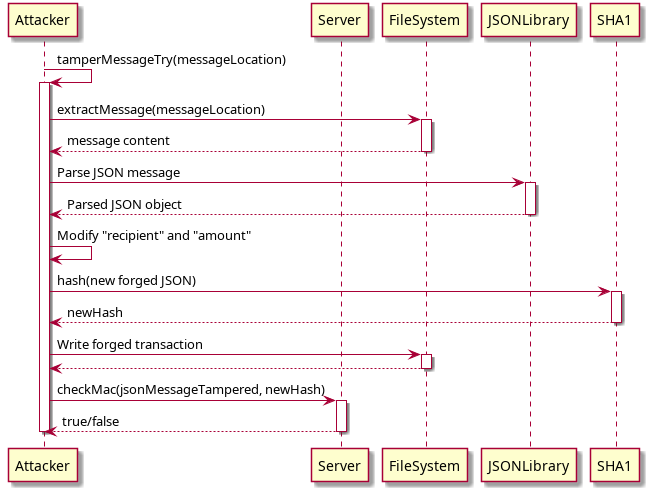
Above: Cryptopals_resolutions/4-Set_4/cryptopals_set_4_problem_28/uml_diagrams/sequence_diagram.png in Photon-einstein/Cryptopals (PlantUML), before the change. Its source is kept beside it as Cryptopals_resolutions/4-Set_4/cryptopals_set_4_problem_28/uml_diagrams/sequence_diagram.puml. Source of this version:
```plantuml
@startuml
participant Attacker
participant Server
participant FileSystem
participant JSONLibrary
participant SHA1

Attacker -> Attacker: tamperMessageTry(messageLocation)
activate Attacker

Attacker -> FileSystem: extractMessage(messageLocation)
activate FileSystem
FileSystem --> Attacker: message content
deactivate FileSystem

Attacker -> JSONLibrary: Parse JSON message
activate JSONLibrary
JSONLibrary --> Attacker: Parsed JSON object
deactivate JSONLibrary

Attacker -> Attacker: Modify "recipient" and "amount"

Attacker -> SHA1: hash(new forged JSON)
activate SHA1
SHA1 --> Attacker: newHash
deactivate SHA1

Attacker -> FileSystem: Write forged transaction
activate FileSystem
FileSystem --> Attacker:
deactivate FileSystem

Attacker -> Server: checkMac(jsonMessageTampered, newHash)
activate Server
Server --> Attacker: true/false
deactivate Server

deactivate Attacker
@enduml
```
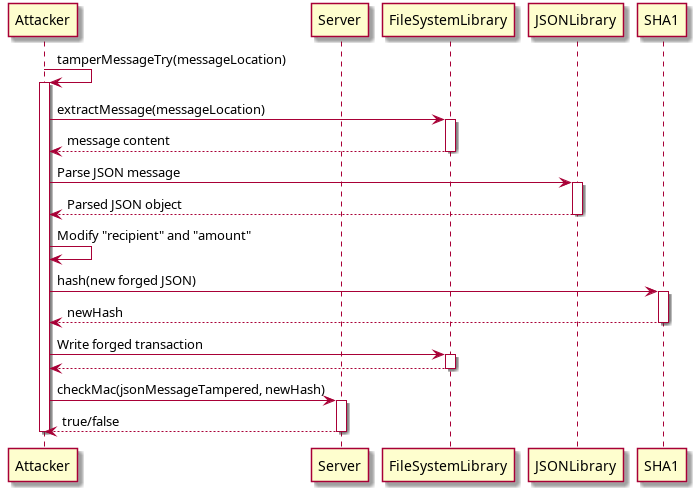
The same file after the commit.

Commit message:
Fix name of actor in sequence diagram

The edit, as a diff of the source:
```diff
@@ -1,17 +1,17 @@
 @startuml
 participant Attacker
 participant Server
-participant FileSystem
+participant FileSystemLibrary
 participant JSONLibrary
 participant SHA1
 
 Attacker -> Attacker: tamperMessageTry(messageLocation)
 activate Attacker
 
-Attacker -> FileSystem: extractMessage(messageLocation)
-activate FileSystem
-FileSystem --> Attacker: message content
-deactivate FileSystem
+Attacker -> FileSystemLibrary: extractMessage(messageLocation)
+activate FileSystemLibrary
+FileSystemLibrary --> Attacker: message content
+deactivate FileSystemLibrary
 
 Attacker -> JSONLibrary: Parse JSON message
 activate JSONLibrary
@@ -25,10 +25,10 @@
 SHA1 --> Attacker: newHash
 deactivate SHA1
 
-Attacker -> FileSystem: Write forged transaction
-activate FileSystem
-FileSystem --> Attacker:
-deactivate FileSystem
+Attacker -> FileSystemLibrary: Write forged transaction
+activate FileSystemLibrary
+FileSystemLibrary --> Attacker:
+deactivate FileSystemLibrary
 
 Attacker -> Server: checkMac(jsonMessageTampered, newHash)
 activate Server
```
